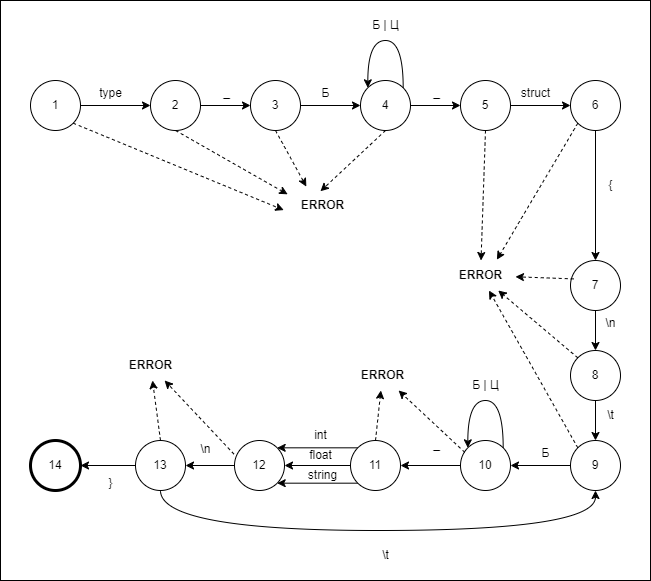
The draw.io diagram images/FSM.png in Nikonoffcmi/Compiler, before a commit. Source tidied: cells renumbered, new cells last; positions are measured from the earlier drawing's top-left corner, leaving out a move shared by most shapes.
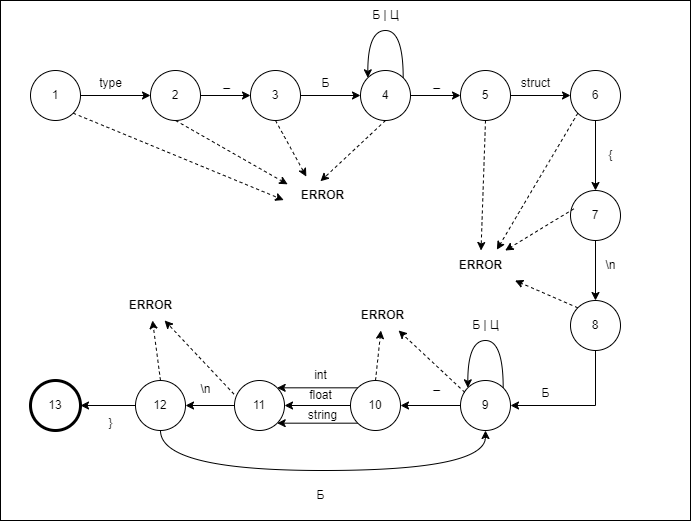
The same diagram one commit later.

What changed in the source:
```diff
@@ -2,9 +2,9 @@
   <root>
     <mxCell id="0" />
     <mxCell id="1" parent="0" />
-    <mxCell id="2" style="rounded=0;whiteSpace=wrap;html=1;" parent="1" vertex="1">
-      <mxGeometry width="650" height="580" as="geometry" />
-    </mxCell>
+    <mxCell id="70" style="rounded=0;whiteSpace=wrap;html=1;" parent="1" vertex="1">
+      <mxGeometry y="10" width="690" height="520" as="geometry" />
+    </mxCell>
     <mxCell id="3" style="edgeStyle=orthogonalEdgeStyle;rounded=0;jettySize=auto;html=1;entryX=0;entryY=0.5;entryDx=0;entryDy=0;" parent="1" edge="1" source="4" target="6">
       <mxGeometry relative="1" as="geometry" />
     </mxCell>
@@ -64,20 +64,11 @@
     <mxCell id="20" value="struct" style="text;html=1;align=center;verticalAlign=middle;strokeColor=none;fillColor=none;" parent="1" vertex="1">
       <mxGeometry x="510" y="78" width="50" height="30" as="geometry" />
     </mxCell>
-    <mxCell id="21" style="edgeStyle=orthogonalEdgeStyle;rounded=0;jettySize=auto;html=1;" parent="1" edge="1" source="22" target="25">
-      <mxGeometry relative="1" as="geometry" />
-    </mxCell>
-    <mxCell id="22" value="9" style="ellipse;whiteSpace=wrap;html=1;" parent="1" vertex="1">
-      <mxGeometry x="570" y="440" width="50" height="50" as="geometry" />
-    </mxCell>
-    <mxCell id="23" value="\t" style="text;html=1;align=center;verticalAlign=middle;strokeColor=none;fillColor=none;" parent="1" vertex="1">
-      <mxGeometry x="595" y="400" width="30" height="30" as="geometry" />
-    </mxCell>
     <mxCell id="24" style="edgeStyle=orthogonalEdgeStyle;rounded=0;jettySize=auto;html=1;entryX=1;entryY=0.5;entryDx=0;entryDy=0;" parent="1" edge="1" source="25" target="29">
       <mxGeometry relative="1" as="geometry" />
     </mxCell>
-    <mxCell id="25" value="10" style="ellipse;whiteSpace=wrap;html=1;" parent="1" vertex="1">
-      <mxGeometry x="460" y="440" width="50" height="50" as="geometry" />
+    <mxCell id="25" value="9" style="ellipse;whiteSpace=wrap;html=1;" parent="1" vertex="1">
+      <mxGeometry x="460" y="390" width="50" height="50" as="geometry" />
     </mxCell>
     <mxCell id="26" style="edgeStyle=orthogonalEdgeStyle;rounded=0;jettySize=auto;html=1;entryX=1;entryY=0.5;entryDx=0;entryDy=0;" parent="1" edge="1" source="29" target="34">
       <mxGeometry relative="1" as="geometry" />
@@ -88,40 +79,40 @@
     <mxCell id="28" style="edgeStyle=orthogonalEdgeStyle;rounded=0;jettySize=auto;html=1;exitX=0;exitY=0;exitDx=0;exitDy=0;entryX=1;entryY=0;entryDx=0;entryDy=0;" parent="1" edge="1" source="29" target="34">
       <mxGeometry relative="1" as="geometry" />
     </mxCell>
-    <mxCell id="29" value="11" style="ellipse;whiteSpace=wrap;html=1;" parent="1" vertex="1">
-      <mxGeometry x="350" y="440" width="50" height="50" as="geometry" />
+    <mxCell id="29" value="10" style="ellipse;whiteSpace=wrap;html=1;" parent="1" vertex="1">
+      <mxGeometry x="350" y="390" width="50" height="50" as="geometry" />
     </mxCell>
     <mxCell id="30" value="int" style="text;html=1;align=center;verticalAlign=middle;strokeColor=none;fillColor=none;" parent="1" vertex="1">
-      <mxGeometry x="300" y="420" width="40" height="30" as="geometry" />
+      <mxGeometry x="300" y="370" width="40" height="30" as="geometry" />
     </mxCell>
     <mxCell id="31" value="_" style="text;html=1;align=center;verticalAlign=middle;strokeColor=none;fillColor=none;" parent="1" vertex="1">
-      <mxGeometry x="421" y="430" width="30" height="30" as="geometry" />
+      <mxGeometry x="421" y="380" width="30" height="30" as="geometry" />
     </mxCell>
     <mxCell id="32" style="edgeStyle=orthogonalEdgeStyle;rounded=0;jettySize=auto;html=1;entryX=1;entryY=0.5;entryDx=0;entryDy=0;" parent="1" edge="1" source="34" target="48">
       <mxGeometry relative="1" as="geometry" />
     </mxCell>
-    <mxCell id="33" style="edgeStyle=orthogonalEdgeStyle;rounded=0;jettySize=auto;html=1;entryX=0.5;entryY=1;entryDx=0;entryDy=0;curved=1;exitX=0.5;exitY=1;exitDx=0;exitDy=0;" parent="1" edge="1" source="48" target="22">
+    <mxCell id="33" style="edgeStyle=orthogonalEdgeStyle;rounded=0;jettySize=auto;html=1;curved=1;exitX=0.5;exitY=1;exitDx=0;exitDy=0;entryX=0.5;entryY=1;entryDx=0;entryDy=0;" parent="1" edge="1" source="48" target="25">
       <mxGeometry relative="1" as="geometry">
         <Array as="points">
-          <mxPoint x="160" y="530" />
-          <mxPoint x="595" y="530" />
+          <mxPoint x="160" y="480" />
+          <mxPoint x="485" y="480" />
         </Array>
       </mxGeometry>
     </mxCell>
-    <mxCell id="34" value="12" style="ellipse;whiteSpace=wrap;html=1;" parent="1" vertex="1">
-      <mxGeometry x="234" y="440" width="50" height="50" as="geometry" />
+    <mxCell id="34" value="11" style="ellipse;whiteSpace=wrap;html=1;" parent="1" vertex="1">
+      <mxGeometry x="234" y="390" width="50" height="50" as="geometry" />
     </mxCell>
     <mxCell id="35" value="Б" style="text;html=1;align=center;verticalAlign=middle;strokeColor=none;fillColor=none;" parent="1" vertex="1">
-      <mxGeometry x="530" y="438" width="30" height="30" as="geometry" />
+      <mxGeometry x="530" y="388" width="30" height="30" as="geometry" />
     </mxCell>
     <mxCell id="36" value="Б | Ц" style="text;html=1;align=center;verticalAlign=middle;strokeColor=none;fillColor=none;" parent="1" vertex="1">
-      <mxGeometry x="460" y="370" width="50" height="30" as="geometry" />
+      <mxGeometry x="460" y="320" width="50" height="30" as="geometry" />
     </mxCell>
-    <mxCell id="37" value="14" style="ellipse;whiteSpace=wrap;html=1;strokeWidth=3;" parent="1" vertex="1">
-      <mxGeometry x="30" y="440" width="50" height="50" as="geometry" />
+    <mxCell id="37" value="13" style="ellipse;whiteSpace=wrap;html=1;strokeWidth=3;" parent="1" vertex="1">
+      <mxGeometry x="30" y="390" width="50" height="50" as="geometry" />
     </mxCell>
-    <mxCell id="38" value="\t" style="text;html=1;align=center;verticalAlign=middle;strokeColor=none;fillColor=none;" parent="1" vertex="1">
-      <mxGeometry x="370" y="540" width="30" height="30" as="geometry" />
+    <mxCell id="38" value="Б" style="text;html=1;align=center;verticalAlign=middle;strokeColor=none;fillColor=none;" parent="1" vertex="1">
+      <mxGeometry x="305" y="490" width="30" height="30" as="geometry" />
     </mxCell>
     <mxCell id="39" style="edgeStyle=orthogonalEdgeStyle;rounded=0;jettySize=auto;html=1;" parent="1" edge="1" source="19" target="41">
       <mxGeometry relative="1" as="geometry" />
@@ -130,39 +121,40 @@
       <mxGeometry relative="1" as="geometry" />
     </mxCell>
     <mxCell id="41" value="7" style="ellipse;whiteSpace=wrap;html=1;" parent="1" vertex="1">
-      <mxGeometry x="570" y="260" width="50" height="50" as="geometry" />
+      <mxGeometry x="570" y="200" width="50" height="50" as="geometry" />
     </mxCell>
     <mxCell id="42" value="{" style="text;html=1;align=center;verticalAlign=middle;strokeColor=none;fillColor=none;" parent="1" vertex="1">
-      <mxGeometry x="595" y="170" width="30" height="30" as="geometry" />
+      <mxGeometry x="595" y="150" width="30" height="30" as="geometry" />
     </mxCell>
-    <mxCell id="43" style="edgeStyle=orthogonalEdgeStyle;rounded=0;jettySize=auto;html=1;entryX=0.5;entryY=0;entryDx=0;entryDy=0;" parent="1" edge="1" source="44" target="22">
-      <mxGeometry relative="1" as="geometry" />
+    <mxCell id="43" style="edgeStyle=orthogonalEdgeStyle;rounded=0;jettySize=auto;html=1;entryX=1;entryY=0.5;entryDx=0;entryDy=0;" parent="1" edge="1" source="44" target="25">
+      <mxGeometry relative="1" as="geometry">
+        <Array as="points">
+          <mxPoint x="595" y="415" />
+        </Array>
+      </mxGeometry>
     </mxCell>
-    <mxCell id="44" value="8" style="ellipse;whiteSpace=wrap;html=1;" parent="1" vertex="1">
-      <mxGeometry x="570" y="350" width="50" height="50" as="geometry" />
-    </mxCell>
     <mxCell id="45" value="\n" style="text;html=1;align=center;verticalAlign=middle;strokeColor=none;fillColor=none;" parent="1" vertex="1">
-      <mxGeometry x="595" y="308" width="30" height="30" as="geometry" />
+      <mxGeometry x="595" y="260" width="30" height="30" as="geometry" />
     </mxCell>
     <mxCell id="46" style="edgeStyle=orthogonalEdgeStyle;rounded=0;orthogonalLoop=1;jettySize=auto;html=1;exitX=1;exitY=0;exitDx=0;exitDy=0;entryX=0;entryY=0;entryDx=0;entryDy=0;curved=1;" parent="1" edge="1" source="25" target="25">
       <mxGeometry relative="1" as="geometry">
         <Array as="points">
-          <mxPoint x="503" y="400" />
-          <mxPoint x="467" y="400" />
+          <mxPoint x="503" y="350" />
+          <mxPoint x="467" y="350" />
         </Array>
       </mxGeometry>
     </mxCell>
     <mxCell id="47" style="edgeStyle=orthogonalEdgeStyle;rounded=0;jettySize=auto;html=1;entryX=1;entryY=0.5;entryDx=0;entryDy=0;" parent="1" edge="1" source="48" target="37">
       <mxGeometry relative="1" as="geometry" />
     </mxCell>
-    <mxCell id="48" value="13" style="ellipse;whiteSpace=wrap;html=1;" parent="1" vertex="1">
-      <mxGeometry x="135" y="440" width="50" height="50" as="geometry" />
+    <mxCell id="48" value="12" style="ellipse;whiteSpace=wrap;html=1;" parent="1" vertex="1">
+      <mxGeometry x="135" y="390" width="50" height="50" as="geometry" />
     </mxCell>
     <mxCell id="49" value="\n" style="text;html=1;align=center;verticalAlign=middle;strokeColor=none;fillColor=none;" parent="1" vertex="1">
-      <mxGeometry x="190" y="434" width="30" height="30" as="geometry" />
+      <mxGeometry x="190" y="384" width="30" height="30" as="geometry" />
     </mxCell>
     <mxCell id="50" value="}" style="text;html=1;align=center;verticalAlign=middle;strokeColor=none;fillColor=none;" parent="1" vertex="1">
-      <mxGeometry x="95" y="468" width="30" height="30" as="geometry" />
+      <mxGeometry x="95" y="418" width="30" height="30" as="geometry" />
     </mxCell>
     <mxCell id="51" value="ERROR" style="text;html=1;align=center;verticalAlign=middle;points=[];strokeColor=none;fillColor=none;fontStyle=1;" parent="1" vertex="1">
       <mxGeometry x="287" y="190" width="70" height="30" as="geometry" />
@@ -180,7 +172,7 @@
       <mxGeometry relative="1" as="geometry" />
     </mxCell>
     <mxCell id="56" value="ERROR" style="text;html=1;align=center;verticalAlign=middle;points=[];strokeColor=none;fillColor=none;fontStyle=1;" parent="1" vertex="1">
-      <mxGeometry x="115" y="350" width="70" height="30" as="geometry" />
+      <mxGeometry x="115" y="300" width="70" height="30" as="geometry" />
     </mxCell>
     <mxCell id="57" style="rounded=1;jettySize=auto;html=1;exitX=0.5;exitY=0;exitDx=0;exitDy=0;dashed=1;" parent="1" edge="1" source="48" target="56">
       <mxGeometry relative="1" as="geometry" />
@@ -189,7 +181,7 @@
       <mxGeometry relative="1" as="geometry" />
     </mxCell>
     <mxCell id="59" value="ERROR" style="text;html=1;align=center;verticalAlign=middle;points=[];strokeColor=none;fillColor=none;fontStyle=1;" parent="1" vertex="1">
-      <mxGeometry x="347" y="360" width="70" height="30" as="geometry" />
+      <mxGeometry x="347" y="310" width="70" height="30" as="geometry" />
     </mxCell>
     <mxCell id="60" style="rounded=1;jettySize=auto;html=1;exitX=0.5;exitY=0;exitDx=0;exitDy=0;dashed=1;" parent="1" edge="1" source="29" target="59">
       <mxGeometry relative="1" as="geometry" />
@@ -212,14 +204,14 @@
     <mxCell id="66" style="rounded=1;jettySize=auto;html=1;dashed=1;exitX=0;exitY=0;exitDx=0;exitDy=0;" parent="1" edge="1" source="44" target="62">
       <mxGeometry relative="1" as="geometry" />
     </mxCell>
-    <mxCell id="67" style="rounded=1;jettySize=auto;html=1;dashed=1;exitX=0;exitY=0;exitDx=0;exitDy=0;" parent="1" edge="1" source="22" target="62">
-      <mxGeometry relative="1" as="geometry" />
-    </mxCell>
     <mxCell id="68" value="float" style="text;html=1;align=center;verticalAlign=middle;strokeColor=none;fillColor=none;" parent="1" vertex="1">
-      <mxGeometry x="295" y="440" width="50" height="30" as="geometry" />
+      <mxGeometry x="295" y="390" width="50" height="30" as="geometry" />
     </mxCell>
     <mxCell id="69" value="string" style="text;html=1;align=center;verticalAlign=middle;strokeColor=none;fillColor=none;" parent="1" vertex="1">
-      <mxGeometry x="297" y="460" width="50" height="30" as="geometry" />
+      <mxGeometry x="297" y="410" width="50" height="30" as="geometry" />
     </mxCell>
+    <mxCell id="44" value="8" style="ellipse;whiteSpace=wrap;html=1;" parent="1" vertex="1">
+      <mxGeometry x="570" y="310" width="50" height="50" as="geometry" />
+    </mxCell>
   </root>
 </mxGraphModel>
```
